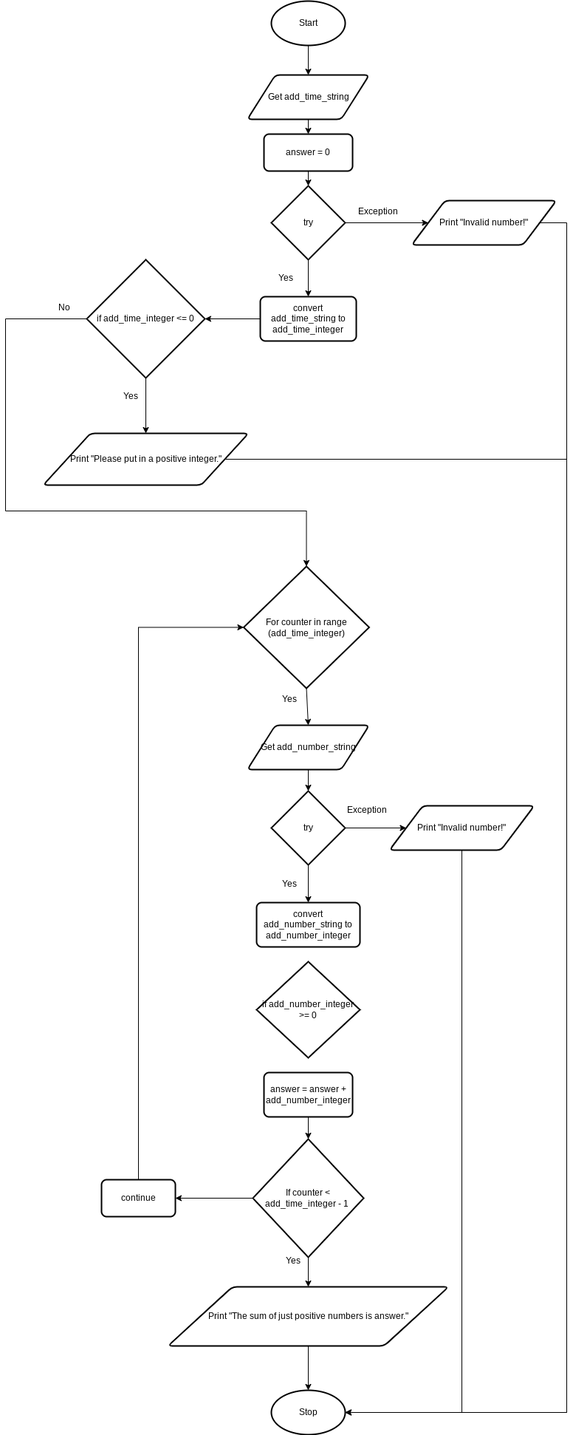
Yiyun-Qin/ICS3U-Unit4-05-Python keeps this draw.io diagram as design.add_loop.flowchart.png. Above is the earlier version. Source tidied: cells renumbered, new cells last; positions are measured from the earlier drawing's top-left corner, leaving out a move shared by most shapes.
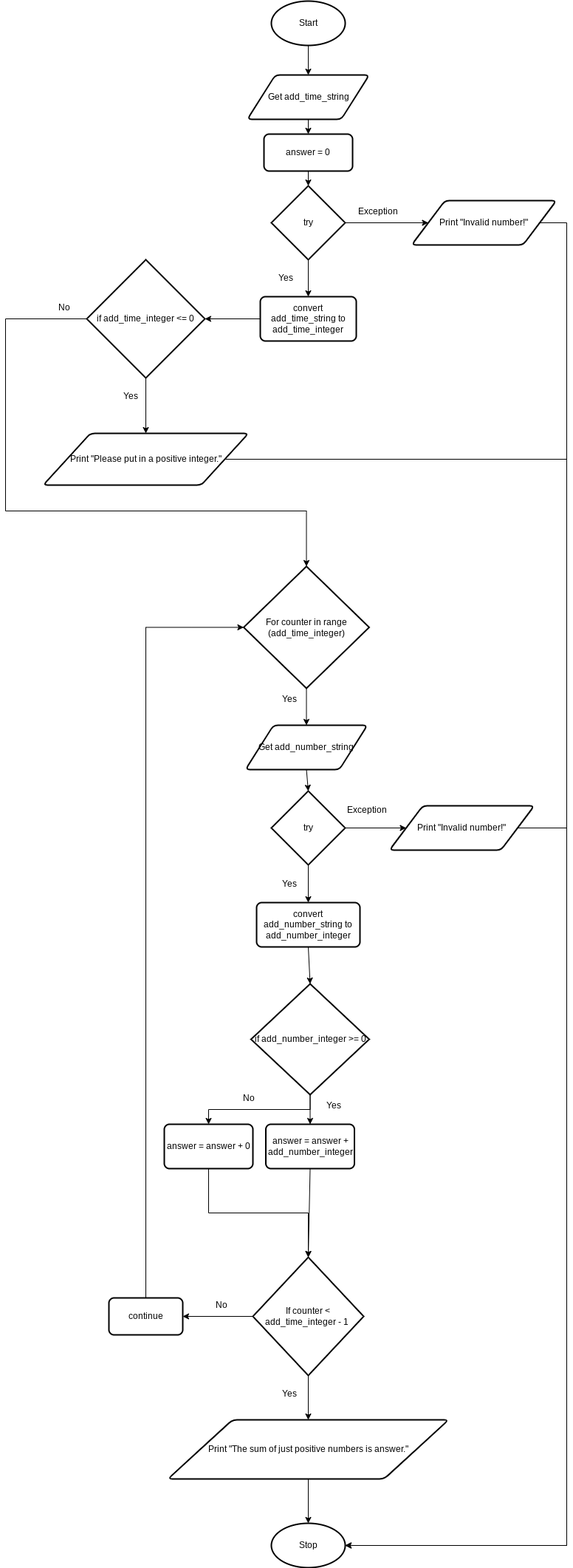
The same diagram one commit later.

Change to the diagram source:
```diff
@@ -15,7 +15,7 @@
       <mxGeometry x="327.5" y="100" width="165" height="60" as="geometry" />
     </mxCell>
     <mxCell id="6" value="Stop" style="strokeWidth=2;html=1;shape=mxgraph.flowchart.start_1;whiteSpace=wrap;" parent="1" vertex="1">
-      <mxGeometry x="360" y="1880" width="100" height="60" as="geometry" />
+      <mxGeometry x="360" y="2060" width="100" height="60" as="geometry" />
     </mxCell>
     <mxCell id="7" value="Yes" style="text;html=1;strokeColor=none;fillColor=none;align=center;verticalAlign=middle;whiteSpace=wrap;rounded=0;" parent="1" vertex="1">
       <mxGeometry x="350" y="360" width="60" height="30" as="geometry" />
@@ -39,7 +39,7 @@
       <mxGeometry relative="1" as="geometry">
         <Array as="points">
           <mxPoint x="760" y="300" />
-          <mxPoint x="760" y="1910" />
+          <mxPoint x="760" y="2090" />
         </Array>
       </mxGeometry>
     </mxCell>
@@ -61,14 +61,11 @@
     <mxCell id="19" style="edgeStyle=orthogonalEdgeStyle;rounded=0;html=1;exitX=0.5;exitY=1;exitDx=0;exitDy=0;entryX=0.5;entryY=0;entryDx=0;entryDy=0;entryPerimeter=0;" parent="1" edge="1" source="20" target="6">
       <mxGeometry relative="1" as="geometry" />
     </mxCell>
-    <mxCell id="20" value="Print &quot;The sum of just positive numbers is answer.&quot;" style="shape=parallelogram;html=1;strokeWidth=2;perimeter=parallelogramPerimeter;whiteSpace=wrap;rounded=1;arcSize=12;size=0.23;" parent="1" vertex="1">
-      <mxGeometry x="220" y="1740" width="380" height="80" as="geometry" />
-    </mxCell>
     <mxCell id="21" style="edgeStyle=none;html=1;exitX=0.5;exitY=1;exitDx=0;exitDy=0;entryX=0.5;entryY=0;entryDx=0;entryDy=0;entryPerimeter=0;" parent="1" edge="1" source="22" target="25">
       <mxGeometry relative="1" as="geometry" />
     </mxCell>
     <mxCell id="22" value="Get add_number_string" style="shape=parallelogram;html=1;strokeWidth=2;perimeter=parallelogramPerimeter;whiteSpace=wrap;rounded=1;arcSize=12;size=0.23;" parent="1" vertex="1">
-      <mxGeometry x="327.5" y="980" width="165" height="60" as="geometry" />
+      <mxGeometry x="325" y="980" width="165" height="60" as="geometry" />
     </mxCell>
     <mxCell id="23" style="edgeStyle=none;html=1;exitX=0.5;exitY=1;exitDx=0;exitDy=0;exitPerimeter=0;entryX=0.5;entryY=0;entryDx=0;entryDy=0;" parent="1" edge="1" source="25" target="26">
       <mxGeometry relative="1" as="geometry" />
@@ -79,6 +76,9 @@
     <mxCell id="25" value="try" style="strokeWidth=2;html=1;shape=mxgraph.flowchart.decision;whiteSpace=wrap;" parent="1" vertex="1">
       <mxGeometry x="360" y="1069" width="100" height="100" as="geometry" />
     </mxCell>
+    <mxCell id="49" style="edgeStyle=none;html=1;exitX=0.5;exitY=1;exitDx=0;exitDy=0;entryX=0.5;entryY=0;entryDx=0;entryDy=0;entryPerimeter=0;" parent="1" edge="1" source="26" target="48">
+      <mxGeometry relative="1" as="geometry" />
+    </mxCell>
     <mxCell id="26" value="convert add_number_string to add_number_integer" style="rounded=1;whiteSpace=wrap;html=1;absoluteArcSize=1;arcSize=14;strokeWidth=2;" parent="1" vertex="1">
       <mxGeometry x="340" y="1220" width="140" height="60" as="geometry" />
     </mxCell>
@@ -92,7 +92,7 @@
       <mxGeometry relative="1" as="geometry" />
     </mxCell>
     <mxCell id="30" value="answer = answer + add_number_integer" style="rounded=1;whiteSpace=wrap;html=1;absoluteArcSize=1;arcSize=14;strokeWidth=2;" parent="1" vertex="1">
-      <mxGeometry x="350" y="1450" width="120" height="60" as="geometry" />
+      <mxGeometry x="352.5" y="1520" width="120" height="60" as="geometry" />
     </mxCell>
     <mxCell id="31" style="edgeStyle=none;html=1;exitX=0;exitY=0.5;exitDx=0;exitDy=0;exitPerimeter=0;entryX=1;entryY=0.5;entryDx=0;entryDy=0;" parent="1" edge="1" source="33" target="35">
       <mxGeometry relative="1" as="geometry" />
@@ -101,22 +101,27 @@
       <mxGeometry relative="1" as="geometry" />
     </mxCell>
     <mxCell id="33" value="If counter &amp;lt; add_time_integer - 1&amp;nbsp;" style="strokeWidth=2;html=1;shape=mxgraph.flowchart.decision;whiteSpace=wrap;" parent="1" vertex="1">
-      <mxGeometry x="335" y="1540" width="150" height="160" as="geometry" />
+      <mxGeometry x="335" y="1700" width="150" height="160" as="geometry" />
     </mxCell>
     <mxCell id="34" style="edgeStyle=orthogonalEdgeStyle;html=1;exitX=0.5;exitY=0;exitDx=0;exitDy=0;entryX=0;entryY=0.5;entryDx=0;entryDy=0;entryPerimeter=0;rounded=0;" parent="1" edge="1" source="35" target="17">
       <mxGeometry relative="1" as="geometry" />
     </mxCell>
     <mxCell id="35" value="continue" style="rounded=1;whiteSpace=wrap;html=1;absoluteArcSize=1;arcSize=14;strokeWidth=2;" parent="1" vertex="1">
-      <mxGeometry x="130" y="1595" width="100" height="50" as="geometry" />
+      <mxGeometry x="140" y="1755" width="100" height="50" as="geometry" />
     </mxCell>
     <mxCell id="36" value="Yes" style="text;html=1;strokeColor=none;fillColor=none;align=center;verticalAlign=middle;whiteSpace=wrap;rounded=0;" parent="1" vertex="1">
-      <mxGeometry x="365" y="1690" width="50" height="30" as="geometry" />
+      <mxGeometry x="360" y="1870" width="50" height="30" as="geometry" />
     </mxCell>
     <mxCell id="37" value="Yes" style="text;html=1;strokeColor=none;fillColor=none;align=center;verticalAlign=middle;whiteSpace=wrap;rounded=0;" parent="1" vertex="1">
       <mxGeometry x="355" y="1180" width="60" height="30" as="geometry" />
     </mxCell>
-    <mxCell id="38" style="edgeStyle=orthogonalEdgeStyle;html=1;exitX=0.5;exitY=1;exitDx=0;exitDy=0;entryX=1;entryY=0.5;entryDx=0;entryDy=0;entryPerimeter=0;rounded=0;" parent="1" edge="1" source="39" target="6">
-      <mxGeometry relative="1" as="geometry" />
+    <mxCell id="38" style="edgeStyle=orthogonalEdgeStyle;rounded=0;html=1;exitX=1;exitY=0.5;exitDx=0;exitDy=0;entryX=1;entryY=0.5;entryDx=0;entryDy=0;entryPerimeter=0;" parent="1" edge="1" source="39" target="6">
+      <mxGeometry relative="1" as="geometry">
+        <Array as="points">
+          <mxPoint x="760" y="1119" />
+          <mxPoint x="760" y="2090" />
+        </Array>
+      </mxGeometry>
     </mxCell>
     <mxCell id="39" value="Print &quot;Invalid number!&quot;" style="shape=parallelogram;html=1;strokeWidth=2;perimeter=parallelogramPerimeter;whiteSpace=wrap;rounded=1;arcSize=12;size=0.23;" parent="1" vertex="1">
       <mxGeometry x="520" y="1089" width="196" height="60" as="geometry" />
@@ -143,7 +148,7 @@
       <mxGeometry relative="1" as="geometry">
         <Array as="points">
           <mxPoint x="760" y="620" />
-          <mxPoint x="760" y="1910" />
+          <mxPoint x="760" y="2090" />
         </Array>
       </mxGeometry>
     </mxCell>
@@ -156,8 +161,32 @@
     <mxCell id="47" value="No" style="text;html=1;strokeColor=none;fillColor=none;align=center;verticalAlign=middle;whiteSpace=wrap;rounded=0;" parent="1" vertex="1">
       <mxGeometry x="50" y="400" width="60" height="30" as="geometry" />
     </mxCell>
+    <mxCell id="50" style="edgeStyle=none;html=1;exitX=0.5;exitY=1;exitDx=0;exitDy=0;exitPerimeter=0;" parent="1" edge="1" source="48" target="30">
+      <mxGeometry relative="1" as="geometry" />
+    </mxCell>
+    <mxCell id="51" style="edgeStyle=orthogonalEdgeStyle;html=1;exitX=0.5;exitY=1;exitDx=0;exitDy=0;exitPerimeter=0;entryX=0.5;entryY=0;entryDx=0;entryDy=0;rounded=0;" parent="1" edge="1" source="48" target="53">
+      <mxGeometry relative="1" as="geometry" />
+    </mxCell>
     <mxCell id="48" value="if add_number_integer &amp;gt;= 0" style="strokeWidth=2;html=1;shape=mxgraph.flowchart.decision;whiteSpace=wrap;" parent="1" vertex="1">
-      <mxGeometry x="340" y="1300" width="140" height="130" as="geometry" />
+      <mxGeometry x="332.5" y="1330" width="160" height="150" as="geometry" />
     </mxCell>
+    <mxCell id="20" value="Print &quot;The sum of just positive numbers is answer.&quot;" style="shape=parallelogram;html=1;strokeWidth=2;perimeter=parallelogramPerimeter;whiteSpace=wrap;rounded=1;arcSize=12;size=0.23;" parent="1" vertex="1">
+      <mxGeometry x="220" y="1920" width="380" height="80" as="geometry" />
+    </mxCell>
+    <mxCell id="52" style="edgeStyle=orthogonalEdgeStyle;rounded=0;html=1;exitX=0.5;exitY=1;exitDx=0;exitDy=0;entryX=0.5;entryY=0;entryDx=0;entryDy=0;entryPerimeter=0;" parent="1" edge="1" source="53" target="33">
+      <mxGeometry relative="1" as="geometry" />
+    </mxCell>
+    <mxCell id="53" value="answer = answer + 0" style="rounded=1;whiteSpace=wrap;html=1;absoluteArcSize=1;arcSize=14;strokeWidth=2;" parent="1" vertex="1">
+      <mxGeometry x="215" y="1520" width="120" height="60" as="geometry" />
+    </mxCell>
+    <mxCell id="54" value="Yes" style="text;html=1;strokeColor=none;fillColor=none;align=center;verticalAlign=middle;whiteSpace=wrap;rounded=0;" parent="1" vertex="1">
+      <mxGeometry x="415" y="1480" width="60" height="30" as="geometry" />
+    </mxCell>
+    <mxCell id="55" value="No" style="text;html=1;strokeColor=none;fillColor=none;align=center;verticalAlign=middle;whiteSpace=wrap;rounded=0;" parent="1" vertex="1">
+      <mxGeometry x="300" y="1470" width="60" height="30" as="geometry" />
+    </mxCell>
+    <mxCell id="56" value="No" style="text;html=1;strokeColor=none;fillColor=none;align=center;verticalAlign=middle;whiteSpace=wrap;rounded=0;" parent="1" vertex="1">
+      <mxGeometry x="262.5" y="1750" width="60" height="30" as="geometry" />
+    </mxCell>
   </root>
 </mxGraphModel>
```
